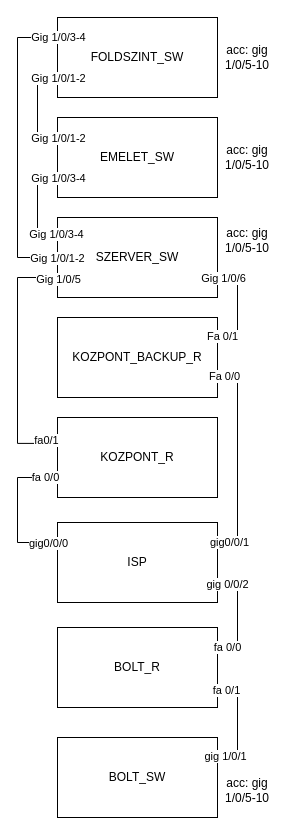
This is prototipus/layout.drawio from pechr1k/QUBE, a draw.io file, before an edit. Source tidied: cells renumbered, new cells numbered last; positions are measured from the earlier drawing's top-left corner, leaving out a move shared by most shapes. Both pictures are drawn from the tidied source at 100%, with x=0, y=0 at pixel (17, 17).
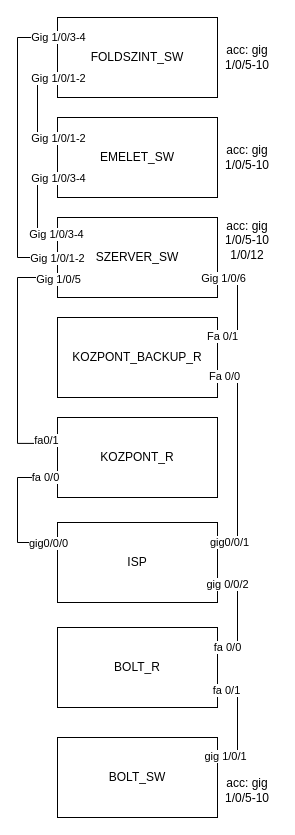
Above is the later version.

What changed in the source:
```diff
@@
-    <mxCell id="39" value="acc: gig 1/0/5-10" style="text;html=1;whiteSpace=wrap;strokeColor=none;fillColor=none;align=center;verticalAlign=middle;rounded=0;" parent="1" vertex="1">
+    <mxCell id="39" value="acc: gig 1/0/5-10&lt;br&gt;1/0/12" style="text;html=1;whiteSpace=wrap;strokeColor=none;fillColor=none;align=center;verticalAlign=middle;rounded=0;" parent="1" vertex="1">
       <mxGeometry x="200" y="210" width="60" height="25" as="geometry" />
     </mxCell>
```
